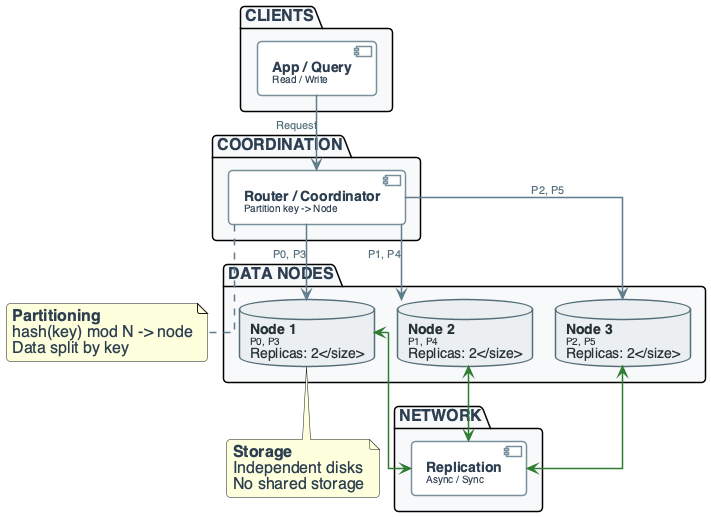
OrPerets/data-engineering-course keeps this PlantUML diagram as diagrams/week02/week2_lecture_slide13_system_overview.png. Above is the earlier version. Source of this version:
```plantuml
@startuml

top to bottom direction
skinparam linetype ortho
skinparam shadowing false
skinparam roundcorner 8
skinparam handwritten false
skinparam nodesep 24
skinparam ranksep 28

skinparam defaultFontName "Segoe UI, Helvetica, sans-serif"
skinparam defaultFontSize 16
skinparam defaultFontColor #2C3E50

skinparam rectangle {
    BackgroundColor #F8F9FA
    BorderColor #90A4AE
    BorderThickness 2
    FontColor #263238
    FontSize 14
    FontStyle bold
    Padding 20
}

skinparam component {
    BackgroundColor #FFFFFF
    BorderColor #78909C
    BorderThickness 1.5
    FontSize 14
    Padding 12
}

skinparam database {
    BackgroundColor #ECEFF1
    BorderColor #546E7A
    BorderThickness 1.5
    FontSize 14
    FontColor #263238
}

skinparam arrow {
    Color #607D8B
    Thickness 1.5
    FontSize 11
    FontColor #546E7A
}

skinparam component<<UI>> {
    BorderColor #8E24AA
    BackgroundColor #F3E5F5
    FontColor #4A148C
}

skinparam component<<Agent>> {
    BorderColor #0288D1
    BackgroundColor #E1F5FE
    FontColor #01579B
}

skinparam component<<Tool>> {
    BorderColor #2E7D32
    BackgroundColor #E8F5E9
    FontColor #1B5E20
}

skinparam component<<Config>> {
    BorderColor #F57C00
    BackgroundColor #FFF3E0
    FontColor #E65100
}

skinparam component<<Bad>> {
    BorderColor #C62828
    BackgroundColor #FFEBEE
    FontColor #B71C1C
}

skinparam component<<V1>> {
    BorderColor #F57C00
    BackgroundColor #FFF3E0
    FontColor #E65100
}

skinparam component<<V2>> {
    BorderColor #2E7D32
    BackgroundColor #E8F5E9
    FontColor #1B5E20
}

skinparam component<<up>> {
    BackgroundColor #E8F5E9
    BorderColor #2E7D32
}

skinparam component<<down>> {
    BackgroundColor #FFEBEE
    BorderColor #C62828
}

skinparam database<<up>> {
    BackgroundColor #E8F5E9
    BorderColor #2E7D32
}

skinparam database<<down>> {
    BackgroundColor #FFEBEE
    BorderColor #C62828
}

skinparam component<<success>> {
    BackgroundColor #E8F5E9
    BorderColor #2E7D32
}

skinparam component<<failure>> {
    BackgroundColor #FFEBEE
    BorderColor #C62828
}


package "CLIENTS" #F8F9FA {
    component "**App / Query**\n<size:10>Read / Write</size>" as CLIENT
}

package "COORDINATION" #F8F9FA {
    component "**Router / Coordinator**\n<size:10>Partition key -> Node</size>" as ROUTER
}

package "DATA NODES" #F8F9FA {
    database "**Node 1**\n<size:10>P0, P3\nReplicas: 2</size>" as N1
    database "**Node 2**\n<size:10>P1, P4\nReplicas: 2</size>" as N2
    database "**Node 3**\n<size:10>P2, P5\nReplicas: 2</size>" as N3
}

package "NETWORK" #F8F9FA {
    component "**Replication**\n<size:10>Async / Sync</size>" as REPL
}

CLIENT --> ROUTER : "Request"
ROUTER --> N1 : "P0, P3"
ROUTER --> N2 : "P1, P4"
ROUTER --> N3 : "P2, P5"
N1 <-[#2E7D32]-> REPL
N2 <-[#2E7D32]-> REPL
N3 <-[#2E7D32]-> REPL

note bottom of ROUTER
  **Partitioning**
  hash(key) mod N -> node
  Data split by key
end note

note bottom of N1
  **Storage**
  Independent disks
  No shared storage
end note

@enduml
```
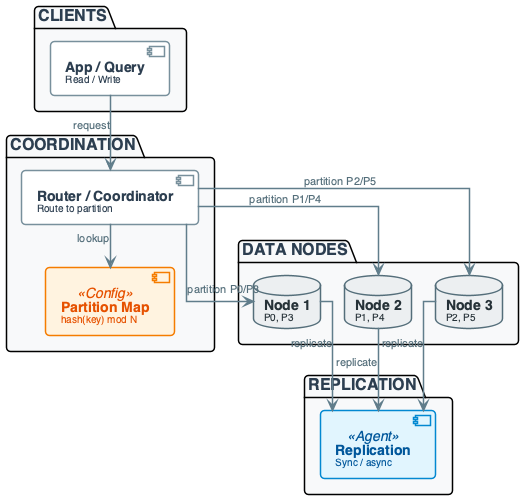
After the commit.

Change to the diagram source:
```diff
@@ -123,37 +123,27 @@
 }
 
 package "COORDINATION" #F8F9FA {
-    component "**Router / Coordinator**\n<size:10>Partition key -> Node</size>" as ROUTER
+    component "**Router / Coordinator**\n<size:10>Route to partition</size>" as ROUTER
+    component "**Partition Map**\n<size:10>hash(key) mod N</size>" as PMAP <<Config>>
 }
 
 package "DATA NODES" #F8F9FA {
-    database "**Node 1**\n<size:10>P0, P3\nReplicas: 2</size>" as N1
-    database "**Node 2**\n<size:10>P1, P4\nReplicas: 2</size>" as N2
-    database "**Node 3**\n<size:10>P2, P5\nReplicas: 2</size>" as N3
+    database "**Node 1**\n<size:10>P0, P3</size>" as N1
+    database "**Node 2**\n<size:10>P1, P4</size>" as N2
+    database "**Node 3**\n<size:10>P2, P5</size>" as N3
 }
 
-package "NETWORK" #F8F9FA {
-    component "**Replication**\n<size:10>Async / Sync</size>" as REPL
+package "REPLICATION" #F8F9FA {
+    component "**Replication**\n<size:10>Sync / async</size>" as REPL <<Agent>>
 }
 
-CLIENT --> ROUTER : "Request"
-ROUTER --> N1 : "P0, P3"
-ROUTER --> N2 : "P1, P4"
-ROUTER --> N3 : "P2, P5"
-N1 <-[#2E7D32]-> REPL
-N2 <-[#2E7D32]-> REPL
-N3 <-[#2E7D32]-> REPL
-
-note bottom of ROUTER
-  **Partitioning**
-  hash(key) mod N -> node
-  Data split by key
-end note
-
-note bottom of N1
-  **Storage**
-  Independent disks
-  No shared storage
-end note
+CLIENT --> ROUTER : "request"
+ROUTER --> PMAP : "lookup"
+ROUTER --> N1 : "partition P0/P3"
+ROUTER --> N2 : "partition P1/P4"
+ROUTER --> N3 : "partition P2/P5"
+N1 --> REPL : "replicate"
+N2 --> REPL : "replicate"
+N3 --> REPL : "replicate"
 
 @enduml
```
